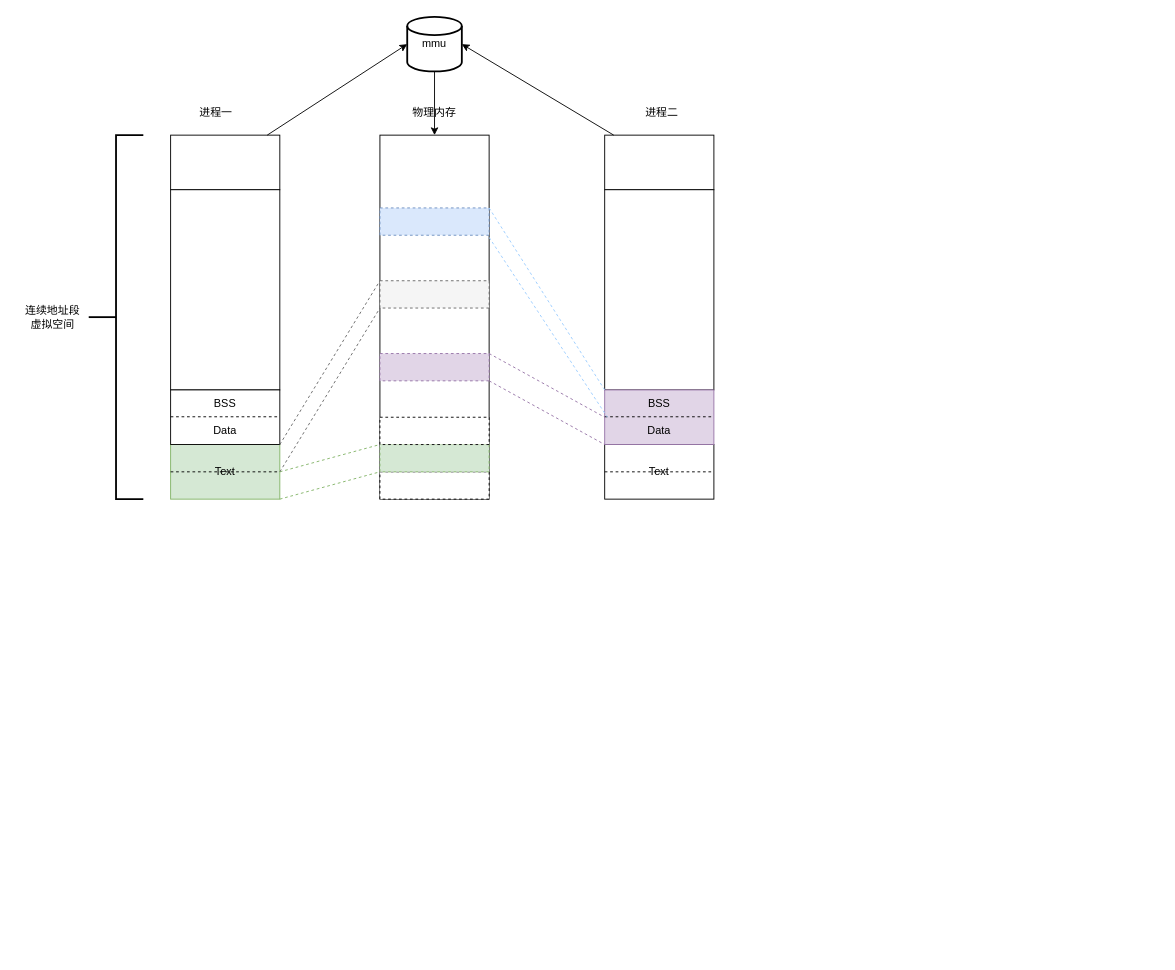
Above: java/linux内存管理.drawio in zhangwz-lib/drawio-image (draw.io), before the change. Source tidied: cells renumbered, new cells numbered last; positions are measured from the earlier drawing's top-left corner, leaving out a move shared by most shapes. Both pictures are drawn from the tidied source at 91%, with x=0, y=0 at pixel (15, 16).
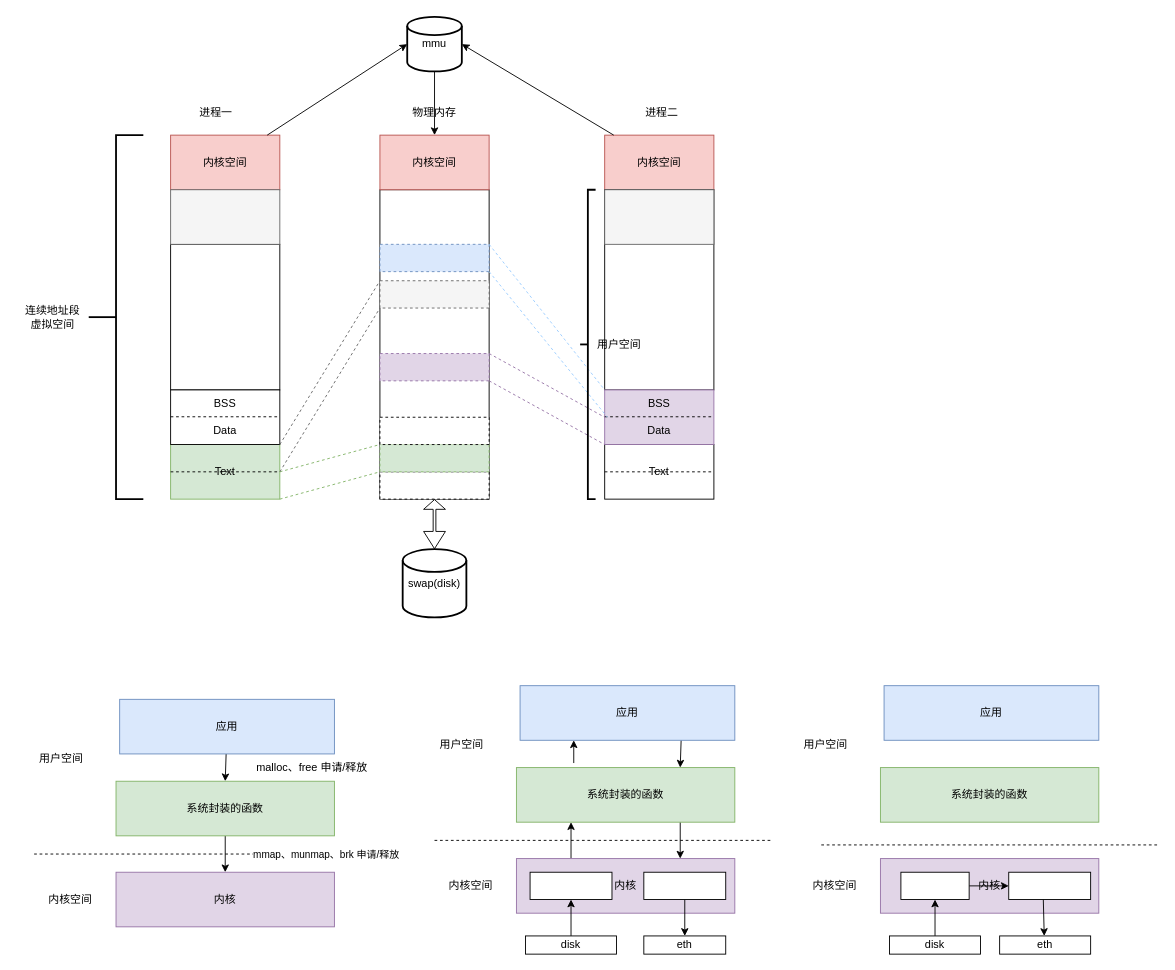
The same diagram, later.

Commit message:
更新linux内存管理.drawio

Unchanged cells that the change refers to:
```xml
<mxCell id="5" style="rounded=0;whiteSpace=wrap;html=1;dashed=1;" parent="1" vertex="1">
  <mxGeometry x="400" y="500" width="120" height="30" as="geometry" />
</mxCell>
<mxCell id="20" style="rounded=0;whiteSpace=wrap;html=1;" parent="1" vertex="1">
  <mxGeometry x="647" y="190" width="120" height="220" as="geometry" />
</mxCell>
<mxCell id="39" value="mmu" style="strokeWidth=2;html=1;shape=mxgraph.flowchart.database;whiteSpace=wrap;" parent="1" vertex="1">
  <mxGeometry x="430" width="60" height="60" as="geometry" />
</mxCell>
```

Diff of the diagram source:
```diff
@@
     <mxCell id="2" style="rounded=0;whiteSpace=wrap;html=1;" parent="1" vertex="1">
-      <mxGeometry x="400" y="130" width="120" height="400" as="geometry" />
+      <mxGeometry x="400" y="190" width="120" height="340" as="geometry" />
     </mxCell>
-    <mxCell id="3" style="rounded=0;whiteSpace=wrap;html=1;" parent="1" vertex="1">
+    <mxCell id="3" value="内核空间" style="rounded=0;whiteSpace=wrap;html=1;fillColor=#f8cecc;strokeColor=#b85450;" parent="1" vertex="1">
       <mxGeometry x="170" y="130" width="120" height="60" as="geometry" />
     </mxCell>
     <mxCell id="4" style="rounded=0;whiteSpace=wrap;html=1;" parent="1" vertex="1">
-      <mxGeometry x="170" y="190" width="120" height="220" as="geometry" />
+      <mxGeometry x="170" y="250" width="120" height="160" as="geometry" />
     </mxCell>
@@
-    <mxCell id="19" style="rounded=0;whiteSpace=wrap;html=1;" parent="1" vertex="1">
+    <mxCell id="19" value="内核空间" style="rounded=0;whiteSpace=wrap;html=1;fillColor=#f8cecc;strokeColor=#b85450;" parent="1" vertex="1">
       <mxGeometry x="647" y="130" width="120" height="60" as="geometry" />
     </mxCell>
@@
     <mxCell id="28" style="rounded=0;whiteSpace=wrap;html=1;dashed=1;fillColor=#dae8fc;strokeColor=#6c8ebf;" parent="1" vertex="1">
-      <mxGeometry x="400" y="210" width="120" height="30" as="geometry" />
+      <mxGeometry x="400" y="250" width="120" height="30" as="geometry" />
     </mxCell>
@@
-    <mxCell id="31" style="endArrow=none;dashed=1;html=1;rounded=0;exitX=1;exitY=0.281;exitDx=0;exitDy=0;exitPerimeter=0;strokeColor=#99CCFF;" parent="1" edge="1" source="2">
+    <mxCell id="31" style="endArrow=none;dashed=1;html=1;rounded=0;strokeColor=#99CCFF;exitX=1;exitY=1;exitDx=0;exitDy=0;" parent="1" edge="1" source="28">
       <mxGeometry relative="1" as="geometry">
         <mxPoint x="650" y="440" as="targetPoint" />
       </mxGeometry>
     </mxCell>
-    <mxCell id="32" style="endArrow=none;dashed=1;html=1;rounded=0;exitX=1;exitY=0;exitDx=0;exitDy=0;entryX=0;entryY=1;entryDx=0;entryDy=0;strokeColor=#99CCFF;" parent="1" edge="1" source="28" target="20">
+    <mxCell id="32" style="endArrow=none;dashed=1;html=1;rounded=0;entryX=0;entryY=1;entryDx=0;entryDy=0;strokeColor=#99CCFF;exitX=1;exitY=0;exitDx=0;exitDy=0;" parent="1" edge="1" source="28" target="20">
       <mxGeometry relative="1" as="geometry" />
     </mxCell>
@@
-    <mxCell id="38" style="edgeStyle=none;rounded=0;jettySize=auto;html=1;entryX=0.5;entryY=0;entryDx=0;entryDy=0;" parent="1" edge="1" source="39" target="2">
-      <mxGeometry relative="1" as="geometry" />
-    </mxCell>
+    <mxCell id="42" style="edgeStyle=none;rounded=0;jettySize=auto;html=1;entryX=0.5;entryY=0;entryDx=0;entryDy=0;" parent="1" edge="1" source="39" target="49">
+      <mxGeometry relative="1" as="geometry" />
+    </mxCell>
@@
+    <mxCell id="43" style="edgeStyle=none;rounded=0;jettySize=auto;html=1;entryX=0.5;entryY=0;entryDx=0;entryDy=0;" parent="1" edge="1" source="44" target="46">
+      <mxGeometry relative="1" as="geometry" />
+    </mxCell>
+    <mxCell id="44" value="应用" style="rounded=0;whiteSpace=wrap;html=1;fillColor=#dae8fc;strokeColor=#6c8ebf;" parent="1" vertex="1">
+      <mxGeometry x="114" y="750" width="236" height="60" as="geometry" />
+    </mxCell>
+    <mxCell id="45" style="edgeStyle=none;rounded=0;jettySize=auto;html=1;entryX=0.5;entryY=0;entryDx=0;entryDy=0;" parent="1" edge="1" source="46" target="51">
+      <mxGeometry relative="1" as="geometry" />
+    </mxCell>
+    <mxCell id="46" value="系统封装的函数" style="rounded=0;whiteSpace=wrap;html=1;fillColor=#d5e8d4;strokeColor=#82b366;" parent="1" vertex="1">
+      <mxGeometry x="110" y="840" width="240" height="60" as="geometry" />
+    </mxCell>
+    <mxCell id="47" style="shape=flexArrow;endArrow=classic;startArrow=classic;html=1;rounded=0;width=3;endSize=3.23;entryX=0.5;entryY=1;entryDx=0;entryDy=0;" parent="1" edge="1" target="5">
+      <mxGeometry relative="1" as="geometry">
+        <mxPoint x="460" y="585" as="sourcePoint" />
+      </mxGeometry>
+    </mxCell>
+    <mxCell id="48" value="swap(disk)" style="strokeWidth=2;html=1;shape=mxgraph.flowchart.database;whiteSpace=wrap;" parent="1" vertex="1">
+      <mxGeometry x="425" y="585" width="70" height="75" as="geometry" />
+    </mxCell>
+    <mxCell id="49" value="内核空间" style="rounded=0;whiteSpace=wrap;html=1;fillColor=#f8cecc;strokeColor=#b85450;" parent="1" vertex="1">
+      <mxGeometry x="400" y="130" width="120" height="60" as="geometry" />
+    </mxCell>
+    <mxCell id="50" value="用户空间" style="strokeWidth=2;html=1;shape=mxgraph.flowchart.annotation_2;align=left;labelPosition=right;" parent="1" vertex="1">
+      <mxGeometry x="620" y="190" width="17" height="340" as="geometry" />
+    </mxCell>
+    <mxCell id="51" value="内核" style="rounded=0;whiteSpace=wrap;html=1;fillColor=#e1d5e7;strokeColor=#9673a6;" parent="1" vertex="1">
+      <mxGeometry x="110" y="940" width="240" height="60" as="geometry" />
+    </mxCell>
+    <mxCell id="52" style="endArrow=none;dashed=1;html=1;strokeWidth=1;rounded=0;" parent="1" edge="1">
+      <mxGeometry relative="1" as="geometry">
+        <mxPoint x="20" y="920" as="sourcePoint" />
+        <mxPoint x="390" y="920" as="targetPoint" />
+      </mxGeometry>
+    </mxCell>
+    <mxCell id="53" value="mmap、munmap、brk 申请/释放" style="edgeLabel;html=1;align=center;verticalAlign=middle;" parent="52" vertex="1">
+      <mxGeometry x="0.29" relative="1" as="geometry">
+        <mxPoint x="81" as="offset" />
+      </mxGeometry>
+    </mxCell>
+    <mxCell id="54" value="用户空间" style="text;html=1;align=center;verticalAlign=middle;whiteSpace=wrap;rounded=0;" parent="1" vertex="1">
+      <mxGeometry x="20" y="800" width="60" height="30" as="geometry" />
+    </mxCell>
+    <mxCell id="55" value="内核空间" style="text;html=1;align=center;verticalAlign=middle;whiteSpace=wrap;rounded=0;" parent="1" vertex="1">
+      <mxGeometry x="30" y="955" width="60" height="30" as="geometry" />
+    </mxCell>
+    <mxCell id="56" value="malloc、free 申请/释放" style="text;html=1;align=center;verticalAlign=middle;strokeColor=none;fillColor=none;" parent="1" vertex="1">
+      <mxGeometry x="250" y="810" width="150" height="30" as="geometry" />
+    </mxCell>
+    <mxCell id="57" style="edgeStyle=none;rounded=0;jettySize=auto;html=1;exitX=0.75;exitY=1;exitDx=0;exitDy=0;entryX=0.75;entryY=0;entryDx=0;entryDy=0;" parent="1" edge="1" source="58" target="61">
+      <mxGeometry relative="1" as="geometry" />
+    </mxCell>
+    <mxCell id="58" value="应用" style="rounded=0;whiteSpace=wrap;html=1;fillColor=#dae8fc;strokeColor=#6c8ebf;" parent="1" vertex="1">
+      <mxGeometry x="554" y="735" width="236" height="60" as="geometry" />
+    </mxCell>
+    <mxCell id="59" style="edgeStyle=none;rounded=0;jettySize=auto;html=1;exitX=0.75;exitY=1;exitDx=0;exitDy=0;entryX=0.75;entryY=0;entryDx=0;entryDy=0;" parent="1" edge="1" source="61" target="63">
+      <mxGeometry relative="1" as="geometry" />
+    </mxCell>
+    <mxCell id="60" style="edgeStyle=none;rounded=0;jettySize=auto;html=1;entryX=0.25;entryY=1;entryDx=0;entryDy=0;" parent="1" edge="1" target="58">
+      <mxGeometry relative="1" as="geometry">
+        <mxPoint x="613" y="820" as="sourcePoint" />
+      </mxGeometry>
+    </mxCell>
+    <mxCell id="61" value="系统封装的函数" style="rounded=0;whiteSpace=wrap;html=1;fillColor=#d5e8d4;strokeColor=#82b366;" parent="1" vertex="1">
+      <mxGeometry x="550" y="825" width="240" height="60" as="geometry" />
+    </mxCell>
+    <mxCell id="62" style="edgeStyle=none;rounded=0;jettySize=auto;html=1;exitX=0.25;exitY=0;exitDx=0;exitDy=0;entryX=0.25;entryY=1;entryDx=0;entryDy=0;" parent="1" edge="1" source="63" target="61">
+      <mxGeometry relative="1" as="geometry" />
+    </mxCell>
+    <mxCell id="63" value="内核" style="rounded=0;whiteSpace=wrap;html=1;fillColor=#e1d5e7;strokeColor=#9673a6;" parent="1" vertex="1">
+      <mxGeometry x="550" y="925" width="240" height="60" as="geometry" />
+    </mxCell>
+    <mxCell id="64" style="endArrow=none;dashed=1;html=1;strokeWidth=1;rounded=0;" parent="1" edge="1">
+      <mxGeometry relative="1" as="geometry">
+        <mxPoint x="460" y="905" as="sourcePoint" />
+        <mxPoint x="830" y="905" as="targetPoint" />
+      </mxGeometry>
+    </mxCell>
+    <mxCell id="65" value="用户空间" style="text;html=1;align=center;verticalAlign=middle;whiteSpace=wrap;rounded=0;" parent="1" vertex="1">
+      <mxGeometry x="460" y="785" width="60" height="30" as="geometry" />
+    </mxCell>
+    <mxCell id="66" value="内核空间" style="text;html=1;align=center;verticalAlign=middle;whiteSpace=wrap;rounded=0;" parent="1" vertex="1">
+      <mxGeometry x="470" y="940" width="60" height="30" as="geometry" />
+    </mxCell>
+    <mxCell id="67" style="edgeStyle=none;rounded=0;jettySize=auto;html=1;exitX=0.5;exitY=1;exitDx=0;exitDy=0;" parent="1" edge="1" source="82">
+      <mxGeometry relative="1" as="geometry">
+        <mxPoint x="735" y="1010" as="targetPoint" />
+      </mxGeometry>
+    </mxCell>
+    <mxCell id="68" value="应用" style="rounded=0;whiteSpace=wrap;html=1;fillColor=#dae8fc;strokeColor=#6c8ebf;" parent="1" vertex="1">
+      <mxGeometry x="954" y="735" width="236" height="60" as="geometry" />
+    </mxCell>
+    <mxCell id="69" value="系统封装的函数" style="rounded=0;whiteSpace=wrap;html=1;fillColor=#d5e8d4;strokeColor=#82b366;" parent="1" vertex="1">
+      <mxGeometry x="950" y="825" width="240" height="60" as="geometry" />
+    </mxCell>
+    <mxCell id="70" value="内核" style="rounded=0;whiteSpace=wrap;html=1;fillColor=#e1d5e7;strokeColor=#9673a6;" parent="1" vertex="1">
+      <mxGeometry x="950" y="925" width="240" height="60" as="geometry" />
+    </mxCell>
+    <mxCell id="71" value="用户空间" style="text;html=1;align=center;verticalAlign=middle;whiteSpace=wrap;rounded=0;" parent="1" vertex="1">
+      <mxGeometry x="860" y="785" width="60" height="30" as="geometry" />
+    </mxCell>
+    <mxCell id="72" value="内核空间" style="text;html=1;align=center;verticalAlign=middle;whiteSpace=wrap;rounded=0;" parent="1" vertex="1">
+      <mxGeometry x="870" y="940" width="60" height="30" as="geometry" />
+    </mxCell>
+    <mxCell id="73" style="edgeStyle=none;rounded=0;jettySize=auto;html=1;entryX=0.5;entryY=1;entryDx=0;entryDy=0;" parent="1" edge="1" target="84">
+      <mxGeometry relative="1" as="geometry">
+        <mxPoint x="1010" y="1010" as="sourcePoint" />
+      </mxGeometry>
+    </mxCell>
+    <mxCell id="74" style="edgeStyle=none;rounded=0;jettySize=auto;html=1;entryX=0.5;entryY=0;entryDx=0;entryDy=0;entryPerimeter=0;exitX=0.422;exitY=0.983;exitDx=0;exitDy=0;exitPerimeter=0;" parent="1" edge="1" source="85">
+      <mxGeometry relative="1" as="geometry">
+        <mxPoint x="1130" y="1010" as="targetPoint" />
+      </mxGeometry>
+    </mxCell>
+    <mxCell id="75" style="endArrow=none;dashed=1;html=1;strokeWidth=1;rounded=0;" parent="1" edge="1">
+      <mxGeometry relative="1" as="geometry">
+        <mxPoint x="885" y="910" as="sourcePoint" />
+        <mxPoint x="1255" y="910" as="targetPoint" />
+      </mxGeometry>
+    </mxCell>
+    <mxCell id="76" style="edgeStyle=none;rounded=0;jettySize=auto;html=1;entryX=0.5;entryY=1;entryDx=0;entryDy=0;" parent="1" edge="1" source="77" target="81">
+      <mxGeometry relative="1" as="geometry" />
+    </mxCell>
+    <mxCell id="77" value="disk" style="rounded=0;whiteSpace=wrap;html=1;" parent="1" vertex="1">
+      <mxGeometry x="560" y="1010" width="100" height="20" as="geometry" />
+    </mxCell>
+    <mxCell id="78" value="eth" style="rounded=0;whiteSpace=wrap;html=1;" parent="1" vertex="1">
+      <mxGeometry x="690" y="1010" width="90" height="20" as="geometry" />
+    </mxCell>
+    <mxCell id="79" value="disk" style="rounded=0;whiteSpace=wrap;html=1;" parent="1" vertex="1">
+      <mxGeometry x="960" y="1010" width="100" height="20" as="geometry" />
+    </mxCell>
+    <mxCell id="80" value="eth" style="rounded=0;whiteSpace=wrap;html=1;" parent="1" vertex="1">
+      <mxGeometry x="1081" y="1010" width="100" height="20" as="geometry" />
+    </mxCell>
+    <mxCell id="81" style="rounded=0;whiteSpace=wrap;html=1;" parent="1" vertex="1">
+      <mxGeometry x="565" y="940" width="90" height="30" as="geometry" />
+    </mxCell>
+    <mxCell id="82" style="rounded=0;whiteSpace=wrap;html=1;" parent="1" vertex="1">
+      <mxGeometry x="690" y="940" width="90" height="30" as="geometry" />
+    </mxCell>
+    <mxCell id="83" style="edgeStyle=none;rounded=0;jettySize=auto;html=1;" parent="1" edge="1" source="84" target="85">
+      <mxGeometry relative="1" as="geometry" />
+    </mxCell>
+    <mxCell id="84" style="rounded=0;whiteSpace=wrap;html=1;" parent="1" vertex="1">
+      <mxGeometry x="972.5" y="940" width="75" height="30" as="geometry" />
+    </mxCell>
+    <mxCell id="85" style="rounded=0;whiteSpace=wrap;html=1;" parent="1" vertex="1">
+      <mxGeometry x="1091" y="940" width="90" height="30" as="geometry" />
+    </mxCell>
+    <mxCell id="86" style="rounded=0;whiteSpace=wrap;html=1;fillColor=#f5f5f5;strokeColor=#666666;fontColor=#333333;" parent="1" vertex="1">
+      <mxGeometry x="170" y="190" width="120" height="60" as="geometry" />
+    </mxCell>
+    <mxCell id="87" style="rounded=0;whiteSpace=wrap;html=1;fillColor=#f5f5f5;strokeColor=#666666;fontColor=#333333;" parent="1" vertex="1">
+      <mxGeometry x="647" y="190" width="120" height="60" as="geometry" />
+    </mxCell>
```
